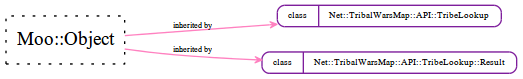
kentfredric/Net-TribalWarsMap-API-TribeLookup keeps this Graphviz diagram as layout/self_structure.png. Above is the earlier version. Its source is kept beside it as layout/self_structure.dot. Source of this version:
```dot
strict digraph Perl {
	graph [compound=1, concentrate=1, overlap=false, rankdir=LR, ranksep=1, smoothing=triangle, splines=spline];
	node [label="\N", shape=record, style=dotted];
	edge [minlen=1];
	"Moo::Object" [label="<port1> Moo::Object"];
	"Net::TribalWarsMap::API::TribeLookup" [label="{{<port1> class}|<port2> Net::TribalWarsMap::API::TribeLookup}", shape=Mrecord, style=solid, color="#7e1e9c", fontsize=7, height="0.1"];
	"Net::TribalWarsMap::API::TribeLookup::Result" [label="{{<port1> class}|<port2> Net::TribalWarsMap::API::TribeLookup::Result}", shape=Mrecord, style=solid, color="#7e1e9c", fontsize=7, height="0.1"];
	"Moo::Object" -> "Net::TribalWarsMap::API::TribeLookup" [arrowhead=open, arrowsize="0.5", color="#ff81c0", dir=forward, fontsize=6, headclip=1, label="inherited by", samehead=head, tailclip=1, weight=10];
	"Moo::Object" -> "Net::TribalWarsMap::API::TribeLookup::Result" [arrowhead=open, arrowsize="0.5", color="#ff81c0", dir=forward, fontsize=6, headclip=1, label="inherited by", samehead=head, tailclip=1, weight=10];
}
```
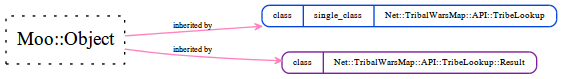
After the commit.

What changed in the source:
```diff
@@ -3,7 +3,7 @@
 	node [label="\N", shape=record, style=dotted];
 	edge [minlen=1];
 	"Moo::Object" [label="<port1> Moo::Object"];
-	"Net::TribalWarsMap::API::TribeLookup" [label="{{<port1> class}|<port2> Net::TribalWarsMap::API::TribeLookup}", shape=Mrecord, style=solid, color="#7e1e9c", fontsize=7, height="0.1"];
+	"Net::TribalWarsMap::API::TribeLookup" [label="{{{<port1> class|<port2> single_class}}|<port3> Net::TribalWarsMap::API::TribeLookup}", shape=Mrecord, style=solid, color="#0343df", fontsize=7, height="0.1"];
 	"Net::TribalWarsMap::API::TribeLookup::Result" [label="{{<port1> class}|<port2> Net::TribalWarsMap::API::TribeLookup::Result}", shape=Mrecord, style=solid, color="#7e1e9c", fontsize=7, height="0.1"];
 	"Moo::Object" -> "Net::TribalWarsMap::API::TribeLookup" [arrowhead=open, arrowsize="0.5", color="#ff81c0", dir=forward, fontsize=6, headclip=1, label="inherited by", samehead=head, tailclip=1, weight=10];
 	"Moo::Object" -> "Net::TribalWarsMap::API::TribeLookup::Result" [arrowhead=open, arrowsize="0.5", color="#ff81c0", dir=forward, fontsize=6, headclip=1, label="inherited by", samehead=head, tailclip=1, weight=10];
```
